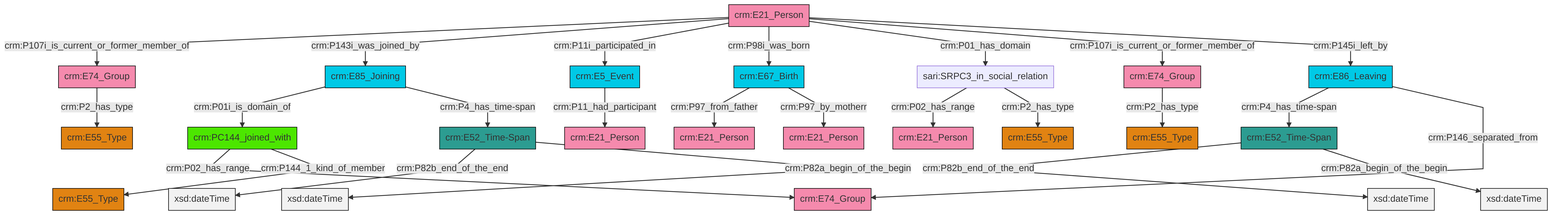
The Mermaid diagram et/personCSV/ttl/mmd/png/Person_Actor_Relations.png in swiss-art-research-net/docs.swissartresearch, before a commit. Its source is kept beside it as et/personCSV/ttl/mmd/Person_Actor_Relations.ttl.mmd.
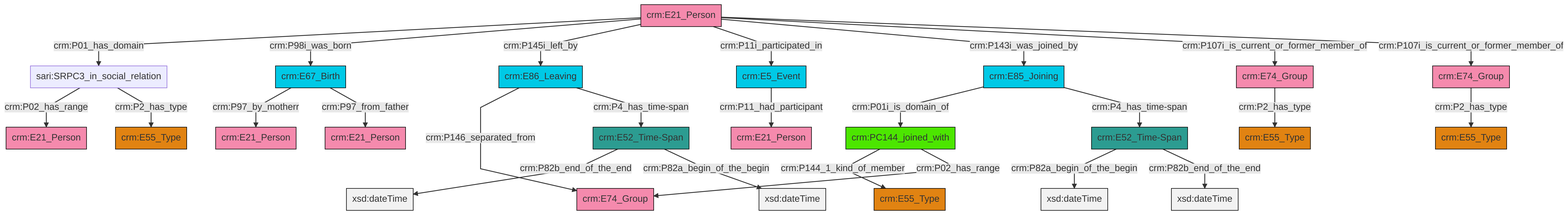
The same diagram one commit later.

Change to the diagram source:
```diff
@@ -13,27 +13,27 @@
 classDef PC_Classes fill:#4ce600, stroke:#000000;
 classDef Multi fill:#cccccc,stroke:#000000;
 
-0["crm:E52_Time-Span"]:::Time-Span -->|crm:P82b_end_of_the_end| 1[xsd:dateTime]:::Literal
-2["crm:E21_Person"]:::Actor -->|crm:P107i_is_current_or_former_member_of| 3["crm:E74_Group"]:::Actor
-10["crm:E52_Time-Span"]:::Time-Span -->|crm:P82b_end_of_the_end| 11[xsd:dateTime]:::Literal
-2["crm:E21_Person"]:::Actor -->|crm:P143i_was_joined_by| 12["crm:E85_Joining"]:::Temporal_Entity
-17["crm:E67_Birth"]:::Temporal_Entity -->|crm:P97_from_father| 18["crm:E21_Person"]:::Actor
-0["crm:E52_Time-Span"]:::Time-Span -->|crm:P82a_begin_of_the_begin| 21[xsd:dateTime]:::Literal
-2["crm:E21_Person"]:::Actor -->|crm:P11i_participated_in| 26["crm:E5_Event"]:::Temporal_Entity
-8["crm:E86_Leaving"]:::Temporal_Entity -->|crm:P4_has_time-span| 10["crm:E52_Time-Span"]:::Time-Span
-26["crm:E5_Event"]:::Temporal_Entity -->|crm:P11_had_participant| 24["crm:E21_Person"]:::Actor
-13["crm:PC144_joined_with"]:::PC_Classes -->|crm:P02_has_range| 22["crm:E74_Group"]:::Actor
-8["crm:E86_Leaving"]:::Temporal_Entity -->|crm:P146_separated_from| 22["crm:E74_Group"]:::Actor
-2["crm:E21_Person"]:::Actor -->|crm:P98i_was_born| 17["crm:E67_Birth"]:::Temporal_Entity
-13["crm:PC144_joined_with"]:::PC_Classes -->|crm:P144_1_kind_of_member| 31["crm:E55_Type"]:::Type
-2["crm:E21_Person"]:::Actor -->|crm:P01_has_domain| 36["sari:SRPC3_in_social_relation"]:::Default
-36["sari:SRPC3_in_social_relation"]:::Default -->|crm:P02_has_range| 15["crm:E21_Person"]:::Actor
-10["crm:E52_Time-Span"]:::Time-Span -->|crm:P82a_begin_of_the_begin| 37[xsd:dateTime]:::Literal
-38["crm:E74_Group"]:::Actor -->|crm:P2_has_type| 28["crm:E55_Type"]:::Type
-17["crm:E67_Birth"]:::Temporal_Entity -->|crm:P97_by_motherr| 19["crm:E21_Person"]:::Actor
-12["crm:E85_Joining"]:::Temporal_Entity -->|crm:P01i_is_domain_of| 13["crm:PC144_joined_with"]:::PC_Classes
-2["crm:E21_Person"]:::Actor -->|crm:P107i_is_current_or_former_member_of| 38["crm:E74_Group"]:::Actor
-3["crm:E74_Group"]:::Actor -->|crm:P2_has_type| 6["crm:E55_Type"]:::Type
-2["crm:E21_Person"]:::Actor -->|crm:P145i_left_by| 8["crm:E86_Leaving"]:::Temporal_Entity
-36["sari:SRPC3_in_social_relation"]:::Default -->|crm:P2_has_type| 4["crm:E55_Type"]:::Type
-12["crm:E85_Joining"]:::Temporal_Entity -->|crm:P4_has_time-span| 0["crm:E52_Time-Span"]:::Time-Span
+0["crm:E52_Time-Span"]:::Time-Span -->|crm:P82a_begin_of_the_begin| 2[xsd:dateTime]:::Literal
+3["crm:E21_Person"]:::Actor -->|crm:P01_has_domain| 4["sari:SRPC3_in_social_relation"]:::Default
+3["crm:E21_Person"]:::Actor -->|crm:P98i_was_born| 7["crm:E67_Birth"]:::Temporal_Entity
+14["crm:E86_Leaving"]:::Temporal_Entity -->|crm:P146_separated_from| 8["crm:E74_Group"]:::Actor
+3["crm:E21_Person"]:::Actor -->|crm:P145i_left_by| 14["crm:E86_Leaving"]:::Temporal_Entity
+17["crm:E5_Event"]:::Temporal_Entity -->|crm:P11_had_participant| 18["crm:E21_Person"]:::Actor
+19["crm:E85_Joining"]:::Temporal_Entity -->|crm:P01i_is_domain_of| 20["crm:PC144_joined_with"]:::PC_Classes
+19["crm:E85_Joining"]:::Temporal_Entity -->|crm:P4_has_time-span| 0["crm:E52_Time-Span"]:::Time-Span
+15["crm:E52_Time-Span"]:::Time-Span -->|crm:P82b_end_of_the_end| 24[xsd:dateTime]:::Literal
+14["crm:E86_Leaving"]:::Temporal_Entity -->|crm:P4_has_time-span| 15["crm:E52_Time-Span"]:::Time-Span
+4["sari:SRPC3_in_social_relation"]:::Default -->|crm:P02_has_range| 28["crm:E21_Person"]:::Actor
+4["sari:SRPC3_in_social_relation"]:::Default -->|crm:P2_has_type| 22["crm:E55_Type"]:::Type
+15["crm:E52_Time-Span"]:::Time-Span -->|crm:P82a_begin_of_the_begin| 32[xsd:dateTime]:::Literal
+35["crm:E74_Group"]:::Actor -->|crm:P2_has_type| 12["crm:E55_Type"]:::Type
+3["crm:E21_Person"]:::Actor -->|crm:P11i_participated_in| 17["crm:E5_Event"]:::Temporal_Entity
+3["crm:E21_Person"]:::Actor -->|crm:P143i_was_joined_by| 19["crm:E85_Joining"]:::Temporal_Entity
+20["crm:PC144_joined_with"]:::PC_Classes -->|crm:P144_1_kind_of_member| 29["crm:E55_Type"]:::Type
+7["crm:E67_Birth"]:::Temporal_Entity -->|crm:P97_by_motherr| 25["crm:E21_Person"]:::Actor
+20["crm:PC144_joined_with"]:::PC_Classes -->|crm:P02_has_range| 8["crm:E74_Group"]:::Actor
+3["crm:E21_Person"]:::Actor -->|crm:P107i_is_current_or_former_member_of| 35["crm:E74_Group"]:::Actor
+7["crm:E67_Birth"]:::Temporal_Entity -->|crm:P97_from_father| 38["crm:E21_Person"]:::Actor
+0["crm:E52_Time-Span"]:::Time-Span -->|crm:P82b_end_of_the_end| 39[xsd:dateTime]:::Literal
+3["crm:E21_Person"]:::Actor -->|crm:P107i_is_current_or_former_member_of| 10["crm:E74_Group"]:::Actor
+10["crm:E74_Group"]:::Actor -->|crm:P2_has_type| 5["crm:E55_Type"]:::Type
```
